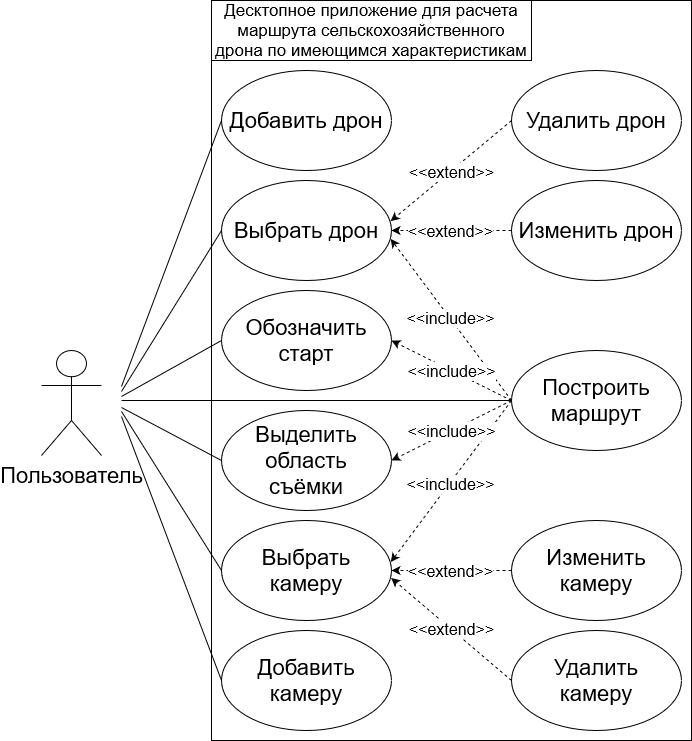
The draw.io diagram doc/GQW/Диаграмма_Вавриантов_Использования.drawio.png in evgenkot/uav-route-calculation, before a commit. Source tidied: cells renumbered, new cells last; positions are measured from the earlier drawing's top-left corner, leaving out a move shared by most shapes.
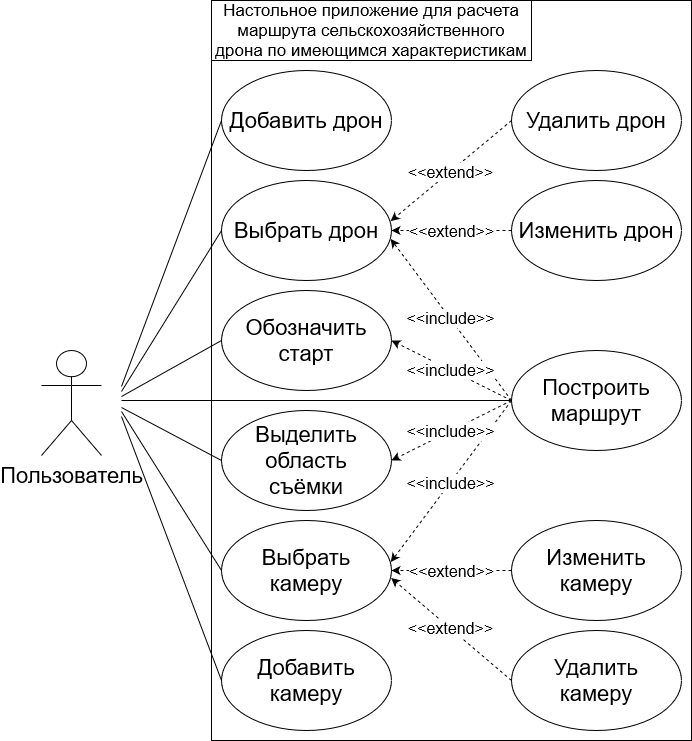
The same diagram one commit later.

Change to the diagram source:
```diff
@@ -44,7 +44,7 @@
         <mxPoint x="80" y="416" as="sourcePoint" />
       </mxGeometry>
     </mxCell>
-    <mxCell id="12" value="&lt;font style=&quot;font-size: 17px;&quot;&gt;Десктопное приложение для расчета маршрута сельскохозяйственного дрона по имеющимся характеристикам&lt;/font&gt;" style="rounded=0;whiteSpace=wrap;html=1;fillColor=none;" parent="1" vertex="1">
+    <mxCell id="12" value="&lt;font style=&quot;font-size: 17px;&quot;&gt;Настольное приложение для расчета маршрута сельскохозяйственного дрона по имеющимся характеристикам&lt;/font&gt;" style="rounded=0;whiteSpace=wrap;html=1;fillColor=none;" parent="1" vertex="1">
       <mxGeometry x="170" width="320" height="60" as="geometry" />
     </mxCell>
     <mxCell id="13" value="&lt;div&gt;&lt;font style=&quot;font-size: 22px;&quot;&gt;Выбрать&lt;/font&gt;&lt;/div&gt;&lt;div&gt;&lt;font style=&quot;font-size: 22px;&quot;&gt;камеру&lt;/font&gt;&lt;/div&gt;" style="ellipse;whiteSpace=wrap;html=1;" parent="1" vertex="1">
```
